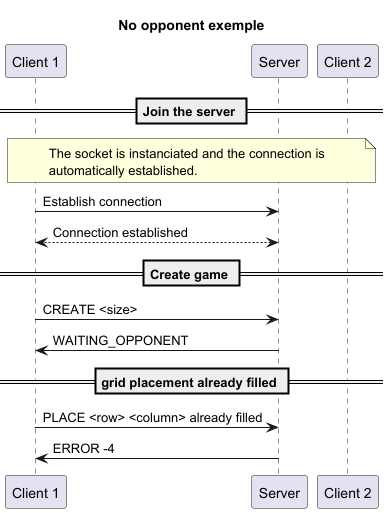
Earlier version of the PlantUML export doc/img/no_opponent_example-No_opponent_exemple.png (AlexB-HEIG/DAI-Practical-work-2).
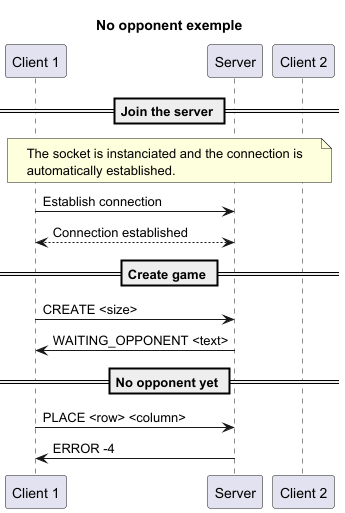
The same diagram one commit later.

What changed in the source:
```diff
@@ -20,11 +20,11 @@
 == Create game ==
 
 c1->s: CREATE <size>
-s->c1: WAITING_OPPONENT
+s->c1: WAITING_OPPONENT <text>
 
 
-== grid placement already filled ==
-c1->s: PLACE <row> <column> already filled
+== No opponent yet ==
+c1->s: PLACE <row> <column>
 s->c1: ERROR -4
 
 
```
